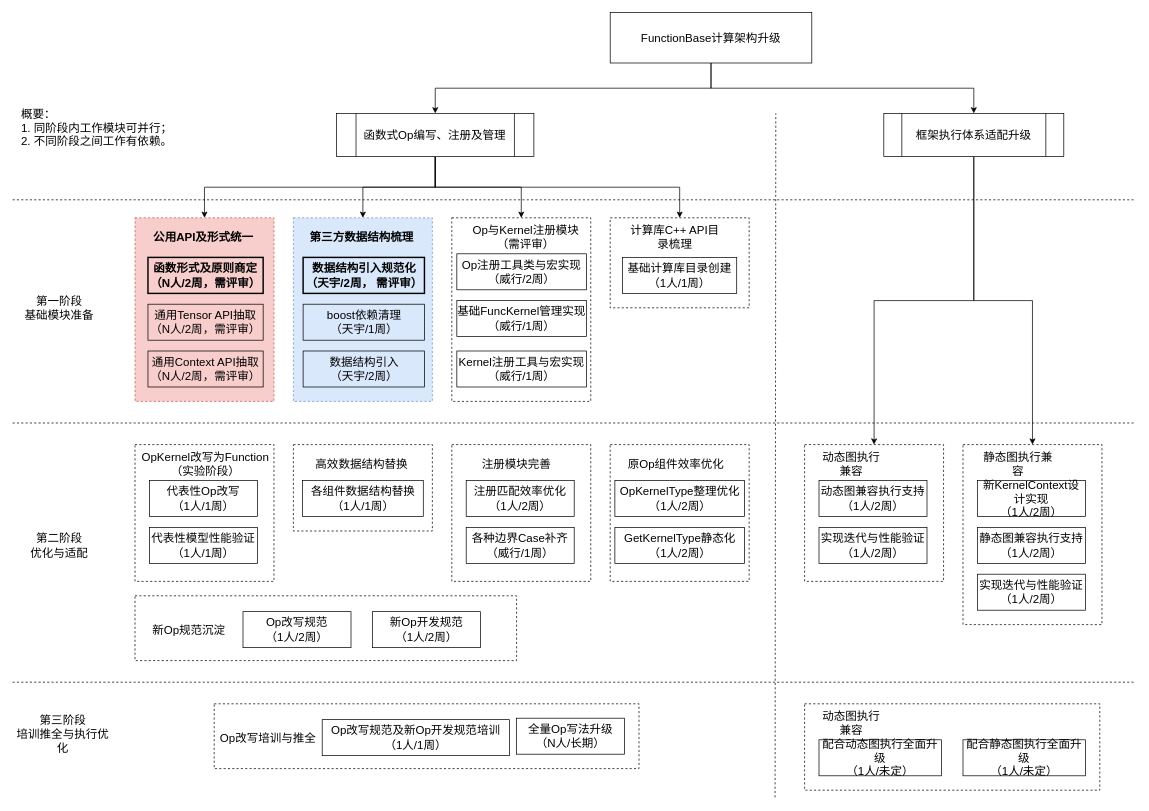
Before: page "big-works" (14 of 14) of op2func.drawio in chenwhql/diagrams, a draw.io diagram. Source tidied: cells renumbered, new cells numbered last; positions are measured from the earlier drawing's top-left corner, leaving out a move shared by most shapes. Both pictures are drawn from the tidied source at 72%, with x=0, y=0 at pixel (12, 12).
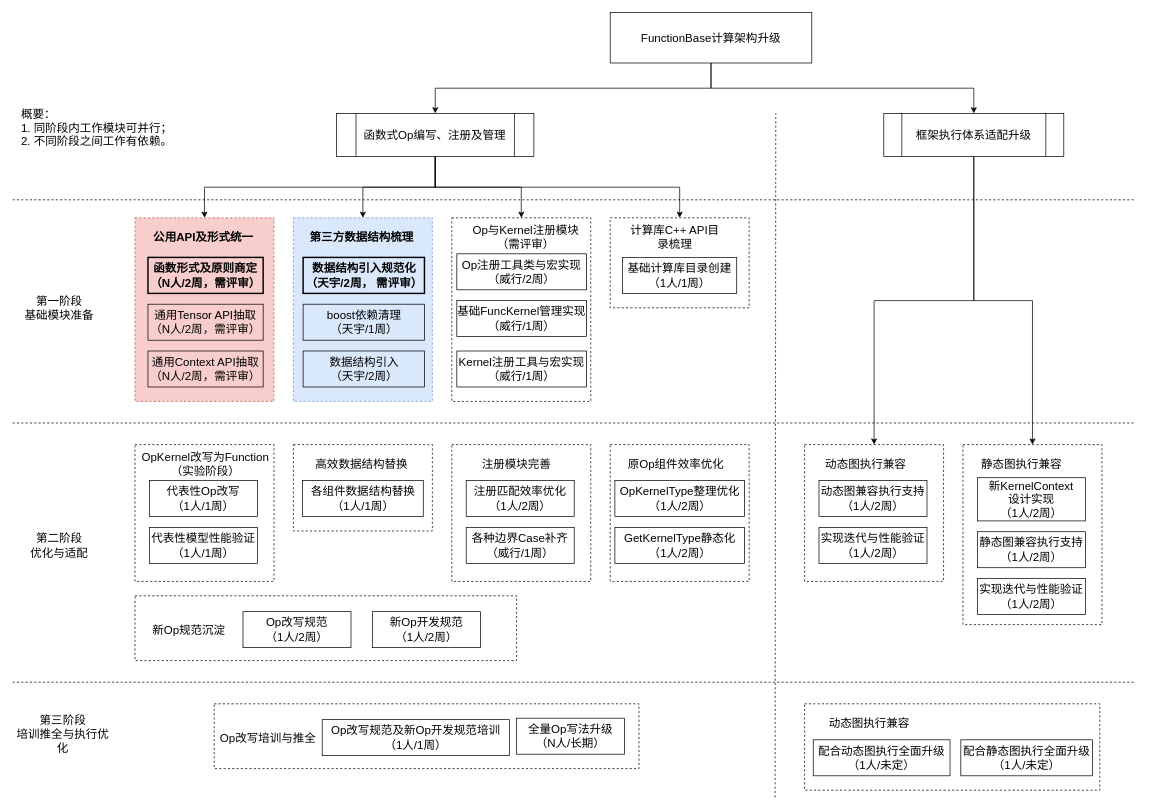
The same page after the edit.

Diff of the diagram source:
```diff
@@
     <mxCell id="57" value="动态图执行兼容" style="text;html=1;strokeColor=none;fillColor=none;align=center;verticalAlign=middle;whiteSpace=wrap;rounded=0;fontSize=16;" parent="1" vertex="1">
-      <mxGeometry x="1120" y="620" width="90" height="14" as="geometry" />
+      <mxGeometry x="1120" y="620" width="130" height="14" as="geometry" />
     </mxCell>
@@
-    <mxCell id="59" value="新KernelContext设计实现&lt;br style=&quot;font-size: 16px;&quot;&gt;（1人/2周）" style="text;html=1;fillColor=none;align=center;verticalAlign=middle;whiteSpace=wrap;rounded=0;strokeColor=#000000;fontSize=16;" parent="1" vertex="1">
-      <mxGeometry x="1340" y="650" width="150" height="50" as="geometry" />
+    <mxCell id="59" value="新KernelContext&lt;br&gt;设计实现&lt;br style=&quot;font-size: 16px&quot;&gt;（1人/2周）" style="text;html=1;fillColor=none;align=center;verticalAlign=middle;whiteSpace=wrap;rounded=0;strokeColor=#000000;fontSize=16;" parent="1" vertex="1">
+      <mxGeometry x="1340" y="646" width="150" height="60" as="geometry" />
     </mxCell>
     <mxCell id="60" value="静态图执行兼容" style="text;html=1;strokeColor=none;fillColor=none;align=center;verticalAlign=middle;whiteSpace=wrap;rounded=0;fontSize=16;" parent="1" vertex="1">
-      <mxGeometry x="1341.5" y="620" width="108.5" height="14" as="geometry" />
+      <mxGeometry x="1341.5" y="620" width="118.5" height="14" as="geometry" />
     </mxCell>
     <mxCell id="61" value="静态图兼容执行支持&lt;br style=&quot;font-size: 16px;&quot;&gt;（1人/2周）" style="text;html=1;fillColor=none;align=center;verticalAlign=middle;whiteSpace=wrap;rounded=0;strokeColor=#000000;fontSize=16;" parent="1" vertex="1">
-      <mxGeometry x="1340" y="715" width="150" height="50" as="geometry" />
+      <mxGeometry x="1340" y="721" width="150" height="50" as="geometry" />
     </mxCell>
     <mxCell id="62" value="实现迭代与性能验证&lt;br style=&quot;font-size: 16px;&quot;&gt;（1人/2周）" style="text;html=1;fillColor=none;align=center;verticalAlign=middle;whiteSpace=wrap;rounded=0;strokeColor=#000000;fontSize=16;" parent="1" vertex="1">
-      <mxGeometry x="1340" y="780" width="150" height="50" as="geometry" />
+      <mxGeometry x="1340" y="786" width="150" height="50" as="geometry" />
     </mxCell>
@@
     <mxCell id="70" value="配合动态图执行全面升级&lt;br style=&quot;font-size: 16px;&quot;&gt;（1人/未定）" style="text;html=1;fillColor=none;align=center;verticalAlign=middle;whiteSpace=wrap;rounded=0;strokeColor=#000000;fontSize=16;" parent="1" vertex="1">
-      <mxGeometry x="1120" y="1010" width="170" height="50" as="geometry" />
+      <mxGeometry x="1112" y="1010" width="190" height="50" as="geometry" />
     </mxCell>
     <mxCell id="71" value="动态图执行兼容" style="text;html=1;strokeColor=none;fillColor=none;align=center;verticalAlign=middle;whiteSpace=wrap;rounded=0;fontSize=16;" parent="1" vertex="1">
-      <mxGeometry x="1120" y="980" width="90" height="14" as="geometry" />
+      <mxGeometry x="1120" y="980" width="140" height="14" as="geometry" />
     </mxCell>
     <mxCell id="72" value="配合静态图执行全面升级&lt;br style=&quot;font-size: 16px;&quot;&gt;（1人/未定）" style="text;html=1;fillColor=none;align=center;verticalAlign=middle;whiteSpace=wrap;rounded=0;strokeColor=#000000;fontSize=16;" parent="1" vertex="1">
-      <mxGeometry x="1320" y="1010" width="170" height="50" as="geometry" />
+      <mxGeometry x="1317" y="1010" width="183" height="50" as="geometry" />
     </mxCell>
```
